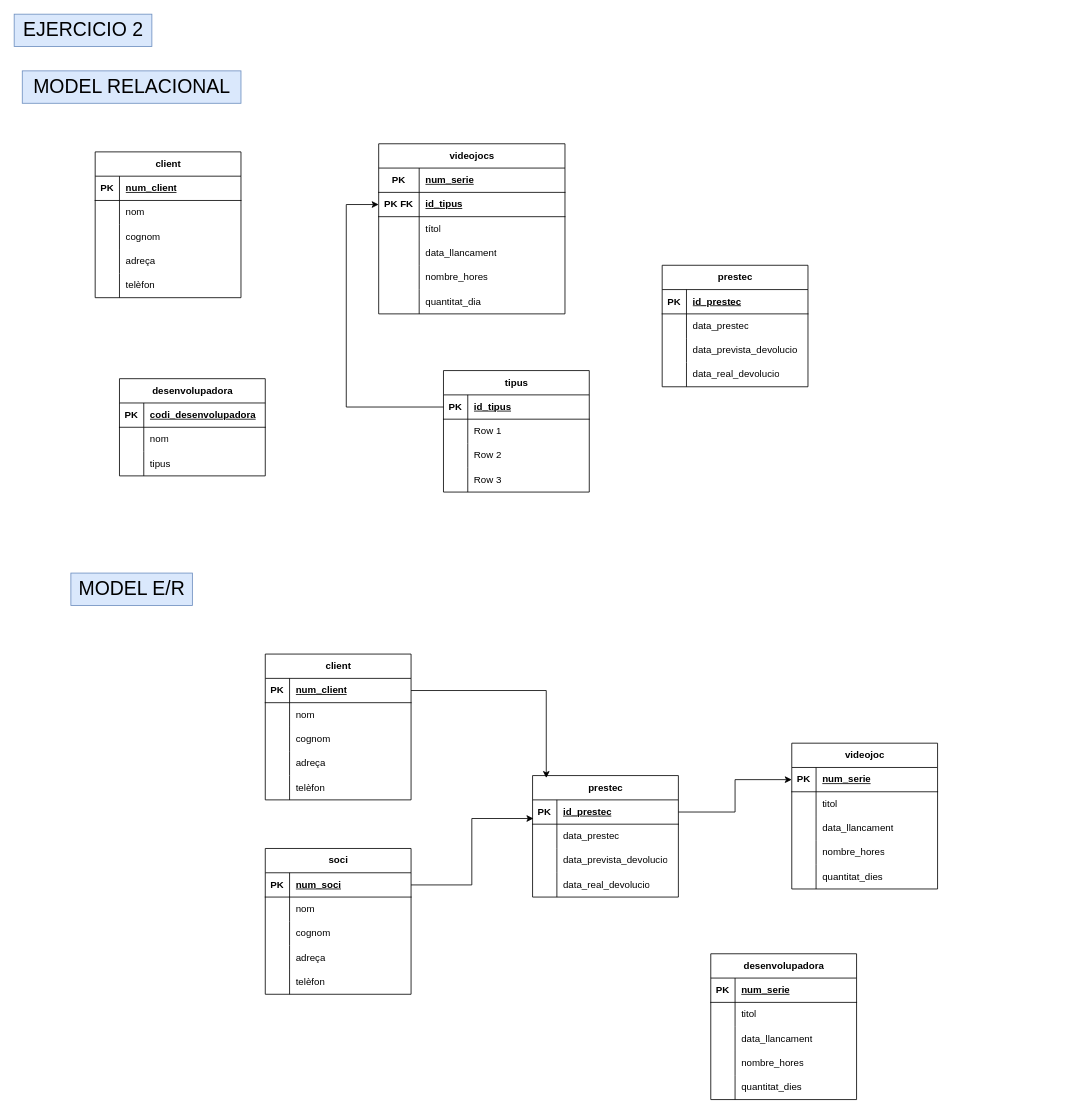
Above: M02_RA6_act2.drawio in victor06-git/base_de_dades (draw.io), before the change. Source tidied: cells renumbered, new cells numbered last; positions are measured from the earlier drawing's top-left corner, leaving out a move shared by most shapes. Both pictures are drawn from the tidied source at 81%, with x=0, y=0 at pixel (14, 14).
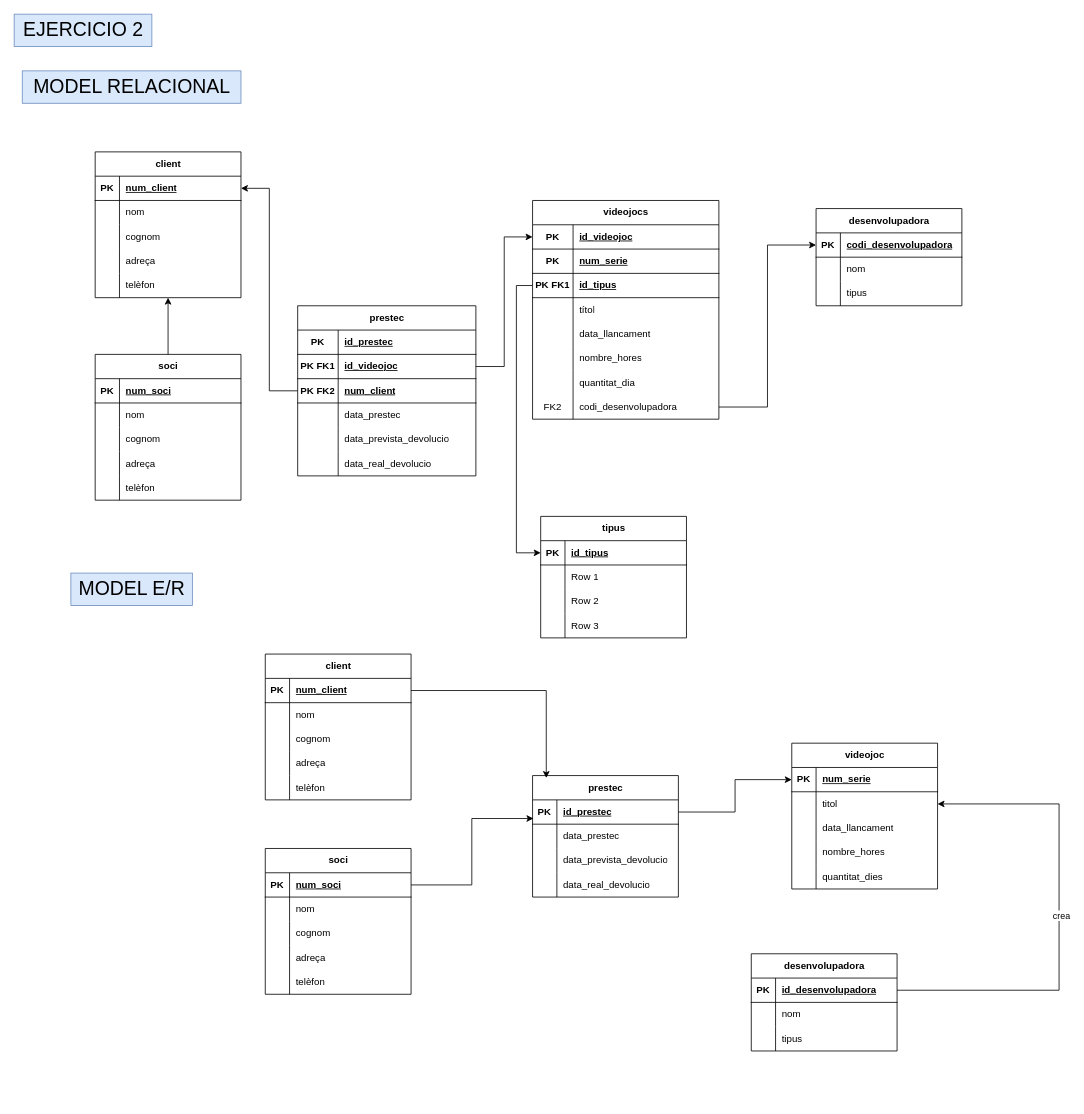
The same diagram, later.

The change refers to these unchanged cells:
```xml
<mxCell id="3" style="shape=tableRow;horizontal=0;startSize=0;swimlaneHead=0;swimlaneBody=0;fillColor=none;points=[[0,0.5],[1,0.5]];portConstraint=eastwest;top=0;left=0;right=0;bottom=1;" parent="2" vertex="1">
  <mxGeometry y="30" width="180" height="30" as="geometry" />
</mxCell>
<mxCell id="15" style="shape=tableRow;horizontal=0;startSize=0;swimlaneHead=0;swimlaneBody=0;fillColor=none;points=[[0,0.5],[1,0.5]];portConstraint=eastwest;top=0;left=0;right=0;bottom=0;" parent="2" vertex="1">
  <mxGeometry y="150" width="180" height="30" as="geometry" />
</mxCell>
<mxCell id="41" style="shape=tableRow;horizontal=0;startSize=0;swimlaneHead=0;swimlaneBody=0;fillColor=none;points=[[0,0.5],[1,0.5]];portConstraint=eastwest;top=0;left=0;right=0;bottom=1;" parent="40" vertex="1">
  <mxGeometry y="30" width="180" height="30" as="geometry" />
</mxCell>
<mxCell id="51" style="shape=tableRow;horizontal=0;startSize=0;swimlaneHead=0;swimlaneBody=0;fillColor=none;points=[[0,0.5],[1,0.5]];portConstraint=eastwest;top=0;left=0;right=0;bottom=1;" parent="50" vertex="1">
  <mxGeometry y="30" width="180" height="30" as="geometry" />
</mxCell>
<mxCell id="115" style="shape=tableRow;horizontal=0;startSize=0;swimlaneHead=0;swimlaneBody=0;fillColor=none;points=[[0,0.5],[1,0.5]];portConstraint=eastwest;top=0;left=0;right=0;bottom=0;" parent="111" vertex="1">
  <mxGeometry y="60" width="180" height="30" as="geometry" />
</mxCell>
<mxCell id="144" style="shape=tableRow;horizontal=0;startSize=0;swimlaneHead=0;swimlaneBody=0;fillColor=none;points=[[0,0.5],[1,0.5]];portConstraint=eastwest;top=0;left=0;right=0;bottom=1;" parent="143" vertex="1">
  <mxGeometry y="30" width="180" height="30" as="geometry" />
</mxCell>
<mxCell id="147" style="shape=tableRow;horizontal=0;startSize=0;swimlaneHead=0;swimlaneBody=0;fillColor=none;top=0;left=0;right=0;bottom=0;" parent="143" vertex="1">
  <mxGeometry y="60" width="180" height="30" as="geometry" />
</mxCell>
<mxCell id="150" style="shape=tableRow;horizontal=0;startSize=0;swimlaneHead=0;swimlaneBody=0;fillColor=none;top=0;left=0;right=0;bottom=0;" parent="143" vertex="1">
  <mxGeometry y="90" width="180" height="30" as="geometry" />
</mxCell>
```

The edit, as a diff of the source:
```diff
@@
     <mxCell id="21" value="videojocs" style="shape=table;startSize=30;childLayout=tableLayout;rowLines=0;fontStyle=1;align=center;html=1;" parent="1" vertex="1">
-      <mxGeometry x="450" y="160" width="230" height="210" as="geometry" />
+      <mxGeometry x="640" y="230" width="230" height="270" as="geometry" />
     </mxCell>
+    <mxCell id="159" style="shape=tableRow;horizontal=0;startSize=0;swimlaneHead=0;swimlaneBody=0;fillColor=none;points=[[0,0.5],[1,0.5]];portConstraint=eastwest;top=0;left=0;right=0;bottom=1;" parent="21" vertex="1">
+      <mxGeometry y="30" width="230" height="30" as="geometry" />
+    </mxCell>
+    <mxCell id="160" value="PK" style="shape=partialRectangle;fillColor=none;top=0;left=0;bottom=0;right=0;fontStyle=1;overflow=hidden;whiteSpace=wrap;html=1;" parent="159" vertex="1">
+      <mxGeometry width="50" height="30" as="geometry" />
+    </mxCell>
+    <mxCell id="161" value="id_videojoc" style="shape=partialRectangle;fillColor=none;top=0;left=0;bottom=0;right=0;align=left;spacingLeft=6;fontStyle=5;overflow=hidden;whiteSpace=wrap;html=1;" parent="159" vertex="1">
+      <mxGeometry x="50" width="180" height="30" as="geometry" />
+    </mxCell>
     <mxCell id="22" style="shape=tableRow;horizontal=0;startSize=0;swimlaneHead=0;swimlaneBody=0;fillColor=none;top=0;left=0;right=0;bottom=1;" parent="21" vertex="1">
-      <mxGeometry y="30" width="230" height="30" as="geometry" />
+      <mxGeometry y="60" width="230" height="30" as="geometry" />
     </mxCell>
@@
     <mxCell id="25" style="shape=tableRow;horizontal=0;startSize=0;swimlaneHead=0;swimlaneBody=0;fillColor=none;points=[[0,0.5],[1,0.5]];portConstraint=eastwest;top=0;left=0;right=0;bottom=1;" parent="21" vertex="1">
-      <mxGeometry y="60" width="230" height="30" as="geometry" />
+      <mxGeometry y="90" width="230" height="30" as="geometry" />
     </mxCell>
-    <mxCell id="26" value="PK FK" style="shape=partialRectangle;fillColor=none;top=0;left=0;bottom=0;right=0;fontStyle=1;overflow=hidden;whiteSpace=wrap;html=1;" parent="25" vertex="1">
+    <mxCell id="26" value="PK FK1" style="shape=partialRectangle;fillColor=none;top=0;left=0;bottom=0;right=0;fontStyle=1;overflow=hidden;whiteSpace=wrap;html=1;" parent="25" vertex="1">
       <mxGeometry width="50" height="30" as="geometry" />
     </mxCell>
@@
     <mxCell id="28" style="shape=tableRow;horizontal=0;startSize=0;swimlaneHead=0;swimlaneBody=0;fillColor=none;top=0;left=0;right=0;bottom=0;" parent="21" vertex="1">
-      <mxGeometry y="90" width="230" height="30" as="geometry" />
+      <mxGeometry y="120" width="230" height="30" as="geometry" />
     </mxCell>
@@
     <mxCell id="31" style="shape=tableRow;horizontal=0;startSize=0;swimlaneHead=0;swimlaneBody=0;fillColor=none;top=0;left=0;right=0;bottom=0;" parent="21" vertex="1">
-      <mxGeometry y="120" width="230" height="30" as="geometry" />
+      <mxGeometry y="150" width="230" height="30" as="geometry" />
     </mxCell>
@@
     <mxCell id="34" style="shape=tableRow;horizontal=0;startSize=0;swimlaneHead=0;swimlaneBody=0;fillColor=none;top=0;left=0;right=0;bottom=0;" parent="21" vertex="1">
-      <mxGeometry y="150" width="230" height="30" as="geometry" />
+      <mxGeometry y="180" width="230" height="30" as="geometry" />
     </mxCell>
@@
     <mxCell id="37" style="shape=tableRow;horizontal=0;startSize=0;swimlaneHead=0;swimlaneBody=0;fillColor=none;top=0;left=0;right=0;bottom=0;" parent="21" vertex="1">
-      <mxGeometry y="180" width="230" height="30" as="geometry" />
+      <mxGeometry y="210" width="230" height="30" as="geometry" />
     </mxCell>
@@
+    <mxCell id="162" style="shape=tableRow;horizontal=0;startSize=0;swimlaneHead=0;swimlaneBody=0;fillColor=none;points=[[0,0.5],[1,0.5]];portConstraint=eastwest;top=0;left=0;right=0;bottom=0;" parent="21" vertex="1">
+      <mxGeometry y="240" width="230" height="30" as="geometry" />
+    </mxCell>
+    <mxCell id="163" value="FK2" style="shape=partialRectangle;fillColor=none;top=0;left=0;bottom=0;right=0;overflow=hidden;whiteSpace=wrap;html=1;" parent="162" vertex="1">
+      <mxGeometry width="50" height="30" as="geometry" />
+    </mxCell>
+    <mxCell id="164" value="codi_desenvolupadora" style="shape=partialRectangle;fillColor=none;top=0;left=0;bottom=0;right=0;align=left;spacingLeft=6;overflow=hidden;whiteSpace=wrap;html=1;" parent="162" vertex="1">
+      <mxGeometry x="50" width="180" height="30" as="geometry" />
+    </mxCell>
     <mxCell id="40" value="desenvolupadora" style="shape=table;startSize=30;childLayout=tableLayout;rowLines=0;fontStyle=1;align=center;html=1;" parent="1" vertex="1">
-      <mxGeometry x="130" y="450" width="180" height="120" as="geometry" />
+      <mxGeometry x="990" y="240" width="180" height="120" as="geometry" />
     </mxCell>
@@
     <mxCell id="50" value="tipus" style="shape=table;startSize=30;childLayout=tableLayout;rowLines=0;fontStyle=1;align=center;html=1;" parent="1" vertex="1">
-      <mxGeometry x="530" y="440" width="180" height="150" as="geometry" />
+      <mxGeometry x="650" y="620" width="180" height="150" as="geometry" />
     </mxCell>
@@
     <mxCell id="63" value="prestec" style="shape=table;startSize=30;childLayout=tableLayout;rowLines=0;fontStyle=1;align=center;html=1;" parent="1" vertex="1">
-      <mxGeometry x="800" y="310" width="180" height="150" as="geometry" />
+      <mxGeometry x="350" y="360" width="220" height="210" as="geometry" />
     </mxCell>
     <mxCell id="64" style="shape=tableRow;horizontal=0;startSize=0;swimlaneHead=0;swimlaneBody=0;fillColor=none;top=0;left=0;right=0;bottom=1;" parent="63" vertex="1">
-      <mxGeometry y="30" width="180" height="30" as="geometry" />
+      <mxGeometry y="30" width="220" height="30" as="geometry" />
     </mxCell>
     <mxCell id="65" value="PK" style="shape=partialRectangle;fillColor=none;top=0;left=0;bottom=0;right=0;fontStyle=1;overflow=hidden;whiteSpace=wrap;html=1;" parent="64" vertex="1">
-      <mxGeometry width="30" height="30" as="geometry" />
+      <mxGeometry width="50" height="30" as="geometry" />
     </mxCell>
     <mxCell id="66" value="id_prestec" style="shape=partialRectangle;fillColor=none;top=0;left=0;bottom=0;right=0;align=left;spacingLeft=6;fontStyle=5;overflow=hidden;whiteSpace=wrap;html=1;" parent="64" vertex="1">
-      <mxGeometry x="30" width="150" height="30" as="geometry" />
+      <mxGeometry x="50" width="170" height="30" as="geometry" />
     </mxCell>
+    <mxCell id="165" style="shape=tableRow;horizontal=0;startSize=0;swimlaneHead=0;swimlaneBody=0;fillColor=none;points=[[0,0.5],[1,0.5]];portConstraint=eastwest;top=0;left=0;right=0;bottom=1;" parent="63" vertex="1">
+      <mxGeometry y="60" width="220" height="30" as="geometry" />
+    </mxCell>
+    <mxCell id="166" value="PK FK1" style="shape=partialRectangle;fillColor=none;top=0;left=0;bottom=0;right=0;fontStyle=1;overflow=hidden;whiteSpace=wrap;html=1;" parent="165" vertex="1">
+      <mxGeometry width="50" height="30" as="geometry" />
+    </mxCell>
+    <mxCell id="167" value="id_videojoc" style="shape=partialRectangle;fillColor=none;top=0;left=0;bottom=0;right=0;align=left;spacingLeft=6;fontStyle=5;overflow=hidden;whiteSpace=wrap;html=1;" parent="165" vertex="1">
+      <mxGeometry x="50" width="170" height="30" as="geometry" />
+    </mxCell>
+    <mxCell id="168" style="shape=tableRow;horizontal=0;startSize=0;swimlaneHead=0;swimlaneBody=0;fillColor=none;points=[[0,0.5],[1,0.5]];portConstraint=eastwest;top=0;left=0;right=0;bottom=1;" parent="63" vertex="1">
+      <mxGeometry y="90" width="220" height="30" as="geometry" />
+    </mxCell>
+    <mxCell id="169" value="PK FK2" style="shape=partialRectangle;fillColor=none;top=0;left=0;bottom=0;right=0;fontStyle=1;overflow=hidden;whiteSpace=wrap;html=1;" parent="168" vertex="1">
+      <mxGeometry width="50" height="30" as="geometry" />
+    </mxCell>
+    <mxCell id="170" value="num_client" style="shape=partialRectangle;fillColor=none;top=0;left=0;bottom=0;right=0;align=left;spacingLeft=6;fontStyle=5;overflow=hidden;whiteSpace=wrap;html=1;" parent="168" vertex="1">
+      <mxGeometry x="50" width="170" height="30" as="geometry" />
+    </mxCell>
     <mxCell id="67" style="shape=tableRow;horizontal=0;startSize=0;swimlaneHead=0;swimlaneBody=0;fillColor=none;top=0;left=0;right=0;bottom=0;" parent="63" vertex="1">
-      <mxGeometry y="60" width="180" height="30" as="geometry" />
+      <mxGeometry y="120" width="220" height="30" as="geometry" />
     </mxCell>
     <mxCell id="68" style="shape=partialRectangle;fillColor=none;top=0;left=0;bottom=0;right=0;overflow=hidden;whiteSpace=wrap;html=1;" parent="67" vertex="1">
-      <mxGeometry width="30" height="30" as="geometry" />
+      <mxGeometry width="50" height="30" as="geometry" />
     </mxCell>
     <mxCell id="69" value="data_prestec" style="shape=partialRectangle;fillColor=none;top=0;left=0;bottom=0;right=0;align=left;spacingLeft=6;overflow=hidden;whiteSpace=wrap;html=1;" parent="67" vertex="1">
-      <mxGeometry x="30" width="150" height="30" as="geometry" />
+      <mxGeometry x="50" width="170" height="30" as="geometry" />
     </mxCell>
     <mxCell id="70" style="shape=tableRow;horizontal=0;startSize=0;swimlaneHead=0;swimlaneBody=0;fillColor=none;top=0;left=0;right=0;bottom=0;" parent="63" vertex="1">
-      <mxGeometry y="90" width="180" height="30" as="geometry" />
+      <mxGeometry y="150" width="220" height="30" as="geometry" />
     </mxCell>
     <mxCell id="71" style="shape=partialRectangle;fillColor=none;top=0;left=0;bottom=0;right=0;overflow=hidden;whiteSpace=wrap;html=1;" parent="70" vertex="1">
-      <mxGeometry width="30" height="30" as="geometry" />
+      <mxGeometry width="50" height="30" as="geometry" />
     </mxCell>
     <mxCell id="72" value="data_prevista_devolucio" style="shape=partialRectangle;fillColor=none;top=0;left=0;bottom=0;right=0;align=left;spacingLeft=6;overflow=hidden;whiteSpace=wrap;html=1;" parent="70" vertex="1">
-      <mxGeometry x="30" width="150" height="30" as="geometry" />
+      <mxGeometry x="50" width="170" height="30" as="geometry" />
     </mxCell>
     <mxCell id="73" style="shape=tableRow;horizontal=0;startSize=0;swimlaneHead=0;swimlaneBody=0;fillColor=none;top=0;left=0;right=0;bottom=0;" parent="63" vertex="1">
-      <mxGeometry y="120" width="180" height="30" as="geometry" />
+      <mxGeometry y="180" width="220" height="30" as="geometry" />
     </mxCell>
     <mxCell id="74" style="shape=partialRectangle;fillColor=none;top=0;left=0;bottom=0;right=0;overflow=hidden;whiteSpace=wrap;html=1;" parent="73" vertex="1">
-      <mxGeometry width="30" height="30" as="geometry" />
+      <mxGeometry width="50" height="30" as="geometry" />
     </mxCell>
     <mxCell id="75" value="data_real_devolucio" style="shape=partialRectangle;fillColor=none;top=0;left=0;bottom=0;right=0;align=left;spacingLeft=6;overflow=hidden;whiteSpace=wrap;html=1;" parent="73" vertex="1">
-      <mxGeometry x="30" width="150" height="30" as="geometry" />
+      <mxGeometry x="50" width="170" height="30" as="geometry" />
     </mxCell>
@@
-    <mxCell id="77" style="edgeStyle=orthogonalEdgeStyle;rounded=0;jettySize=auto;html=1;exitX=0;exitY=0.5;exitDx=0;exitDy=0;entryX=0;entryY=0.5;entryDx=0;entryDy=0;" parent="1" edge="1" source="51" target="25">
-      <mxGeometry relative="1" as="geometry">
-        <Array as="points">
-          <mxPoint x="410" y="485" />
-          <mxPoint x="410" y="235" />
-        </Array>
-      </mxGeometry>
-    </mxCell>
@@
     <mxCell id="143" value="desenvolupadora" style="shape=table;startSize=30;childLayout=tableLayout;rowLines=0;fontStyle=1;align=center;html=1;" parent="1" vertex="1">
-      <mxGeometry x="860" y="1160" width="180" height="180" as="geometry" />
+      <mxGeometry x="910" y="1160" width="180" height="120" as="geometry" />
     </mxCell>
@@
-    <mxCell id="146" value="num_serie" style="shape=partialRectangle;fillColor=none;top=0;left=0;bottom=0;right=0;align=left;spacingLeft=6;fontStyle=5;overflow=hidden;whiteSpace=wrap;html=1;" parent="144" vertex="1">
+    <mxCell id="146" value="id_desenvolupadora" style="shape=partialRectangle;fillColor=none;top=0;left=0;bottom=0;right=0;align=left;spacingLeft=6;fontStyle=5;overflow=hidden;whiteSpace=wrap;html=1;" parent="144" vertex="1">
       <mxGeometry x="30" width="150" height="30" as="geometry" />
     </mxCell>
@@
-    <mxCell id="149" value="titol" style="shape=partialRectangle;fillColor=none;top=0;left=0;bottom=0;right=0;align=left;spacingLeft=6;overflow=hidden;whiteSpace=wrap;html=1;" parent="147" vertex="1">
+    <mxCell id="149" value="nom" style="shape=partialRectangle;fillColor=none;top=0;left=0;bottom=0;right=0;align=left;spacingLeft=6;overflow=hidden;whiteSpace=wrap;html=1;" parent="147" vertex="1">
       <mxGeometry x="30" width="150" height="30" as="geometry" />
     </mxCell>
@@
-    <mxCell id="152" value="data_llancament" style="shape=partialRectangle;fillColor=none;top=0;left=0;bottom=0;right=0;align=left;spacingLeft=6;overflow=hidden;whiteSpace=wrap;html=1;" parent="150" vertex="1">
+    <mxCell id="152" value="tipus" style="shape=partialRectangle;fillColor=none;top=0;left=0;bottom=0;right=0;align=left;spacingLeft=6;overflow=hidden;whiteSpace=wrap;html=1;" parent="150" vertex="1">
       <mxGeometry x="30" width="150" height="30" as="geometry" />
     </mxCell>
+    <mxCell id="171" style="edgeStyle=orthogonalEdgeStyle;rounded=0;jettySize=auto;html=1;exitX=1;exitY=0.5;exitDx=0;exitDy=0;entryX=1;entryY=0.5;entryDx=0;entryDy=0;" parent="1" edge="1" source="144" target="115">
+      <mxGeometry relative="1" as="geometry">
+        <Array as="points">
+          <mxPoint x="1290" y="1205" />
+          <mxPoint x="1290" y="975" />
+        </Array>
+      </mxGeometry>
+    </mxCell>
+    <mxCell id="172" value="crea" style="edgeLabel;html=1;align=center;verticalAlign=middle;" parent="171" vertex="1">
+      <mxGeometry x="0.01" y="-2" relative="1" as="geometry" />
+    </mxCell>
+    <mxCell id="173" value="soci" style="shape=table;startSize=30;childLayout=tableLayout;rowLines=0;fontStyle=1;align=center;html=1;" parent="1" vertex="1">
+      <mxGeometry x="100" y="420" width="180" height="180" as="geometry" />
+    </mxCell>
+    <mxCell id="174" style="shape=tableRow;horizontal=0;startSize=0;swimlaneHead=0;swimlaneBody=0;fillColor=none;top=0;left=0;right=0;bottom=1;" parent="173" vertex="1">
+      <mxGeometry y="30" width="180" height="30" as="geometry" />
+    </mxCell>
+    <mxCell id="175" value="PK" style="shape=partialRectangle;fillColor=none;top=0;left=0;bottom=0;right=0;fontStyle=1;overflow=hidden;whiteSpace=wrap;html=1;" parent="174" vertex="1">
+      <mxGeometry width="30" height="30" as="geometry" />
+    </mxCell>
+    <mxCell id="176" value="num_soci" style="shape=partialRectangle;fillColor=none;top=0;left=0;bottom=0;right=0;align=left;spacingLeft=6;fontStyle=5;overflow=hidden;whiteSpace=wrap;html=1;" parent="174" vertex="1">
+      <mxGeometry x="30" width="150" height="30" as="geometry" />
+    </mxCell>
+    <mxCell id="177" style="shape=tableRow;horizontal=0;startSize=0;swimlaneHead=0;swimlaneBody=0;fillColor=none;top=0;left=0;right=0;bottom=0;" parent="173" vertex="1">
+      <mxGeometry y="60" width="180" height="30" as="geometry" />
+    </mxCell>
+    <mxCell id="178" style="shape=partialRectangle;fillColor=none;top=0;left=0;bottom=0;right=0;overflow=hidden;whiteSpace=wrap;html=1;" parent="177" vertex="1">
+      <mxGeometry width="30" height="30" as="geometry" />
+    </mxCell>
+    <mxCell id="179" value="nom" style="shape=partialRectangle;fillColor=none;top=0;left=0;bottom=0;right=0;align=left;spacingLeft=6;overflow=hidden;whiteSpace=wrap;html=1;" parent="177" vertex="1">
+      <mxGeometry x="30" width="150" height="30" as="geometry" />
+    </mxCell>
+    <mxCell id="180" style="shape=tableRow;horizontal=0;startSize=0;swimlaneHead=0;swimlaneBody=0;fillColor=none;top=0;left=0;right=0;bottom=0;" parent="173" vertex="1">
+      <mxGeometry y="90" width="180" height="30" as="geometry" />
+    </mxCell>
+    <mxCell id="181" style="shape=partialRectangle;fillColor=none;top=0;left=0;bottom=0;right=0;overflow=hidden;whiteSpace=wrap;html=1;" parent="180" vertex="1">
+      <mxGeometry width="30" height="30" as="geometry" />
+    </mxCell>
+    <mxCell id="182" value="cognom" style="shape=partialRectangle;fillColor=none;top=0;left=0;bottom=0;right=0;align=left;spacingLeft=6;overflow=hidden;whiteSpace=wrap;html=1;" parent="180" vertex="1">
+      <mxGeometry x="30" width="150" height="30" as="geometry" />
+    </mxCell>
-    <mxCell id="153" style="shape=tableRow;horizontal=0;startSize=0;swimlaneHead=0;swimlaneBody=0;fillColor=none;top=0;left=0;right=0;bottom=0;" parent="143" vertex="1">
+    <mxCell id="153" style="shape=tableRow;horizontal=0;startSize=0;swimlaneHead=0;swimlaneBody=0;fillColor=none;top=0;left=0;right=0;bottom=0;" parent="173" vertex="1">
       <mxGeometry y="120" width="180" height="30" as="geometry" />
     </mxCell>
-    <mxCell id="154" style="shape=partialRectangle;fillColor=none;top=0;left=0;bottom=0;right=0;overflow=hidden;whiteSpace=wrap;html=1;" parent="153" vertex="1">
-      <mxGeometry width="30" height="30" as="geometry" />
-    </mxCell>
-    <mxCell id="155" value="nombre_hores" style="shape=partialRectangle;fillColor=none;top=0;left=0;bottom=0;right=0;align=left;spacingLeft=6;overflow=hidden;whiteSpace=wrap;html=1;" parent="153" vertex="1">
-      <mxGeometry x="30" width="150" height="30" as="geometry" />
-    </mxCell>
+    <mxCell id="183" style="shape=partialRectangle;fillColor=none;top=0;left=0;bottom=0;right=0;overflow=hidden;whiteSpace=wrap;html=1;" parent="153" vertex="1">
+      <mxGeometry width="30" height="30" as="geometry" />
+    </mxCell>
+    <mxCell id="184" value="adreça" style="shape=partialRectangle;fillColor=none;top=0;left=0;bottom=0;right=0;align=left;spacingLeft=6;overflow=hidden;whiteSpace=wrap;html=1;" parent="153" vertex="1">
+      <mxGeometry x="30" width="150" height="30" as="geometry" />
+    </mxCell>
-    <mxCell id="156" style="shape=tableRow;horizontal=0;startSize=0;swimlaneHead=0;swimlaneBody=0;fillColor=none;top=0;left=0;right=0;bottom=0;" parent="143" vertex="1">
+    <mxCell id="156" style="shape=tableRow;horizontal=0;startSize=0;swimlaneHead=0;swimlaneBody=0;fillColor=none;top=0;left=0;right=0;bottom=0;" parent="173" vertex="1">
       <mxGeometry y="150" width="180" height="30" as="geometry" />
     </mxCell>
-    <mxCell id="157" style="shape=partialRectangle;fillColor=none;top=0;left=0;bottom=0;right=0;overflow=hidden;whiteSpace=wrap;html=1;" parent="156" vertex="1">
-      <mxGeometry width="30" height="30" as="geometry" />
-    </mxCell>
-    <mxCell id="158" value="quantitat_dies" style="shape=partialRectangle;fillColor=none;top=0;left=0;bottom=0;right=0;align=left;spacingLeft=6;overflow=hidden;whiteSpace=wrap;html=1;" parent="156" vertex="1">
-      <mxGeometry x="30" width="150" height="30" as="geometry" />
-    </mxCell>
+    <mxCell id="185" style="shape=partialRectangle;fillColor=none;top=0;left=0;bottom=0;right=0;overflow=hidden;whiteSpace=wrap;html=1;" parent="156" vertex="1">
+      <mxGeometry width="30" height="30" as="geometry" />
+    </mxCell>
+    <mxCell id="186" value="telèfon" style="shape=partialRectangle;fillColor=none;top=0;left=0;bottom=0;right=0;align=left;spacingLeft=6;overflow=hidden;whiteSpace=wrap;html=1;" parent="156" vertex="1">
+      <mxGeometry x="30" width="150" height="30" as="geometry" />
+    </mxCell>
+    <mxCell id="187" style="edgeStyle=orthogonalEdgeStyle;rounded=0;jettySize=auto;html=1;exitX=0.5;exitY=0;exitDx=0;exitDy=0;entryX=0.5;entryY=1;entryDx=0;entryDy=0;entryPerimeter=0;" parent="1" edge="1" source="173" target="15">
+      <mxGeometry relative="1" as="geometry" />
+    </mxCell>
+    <mxCell id="188" style="edgeStyle=orthogonalEdgeStyle;rounded=0;jettySize=auto;html=1;exitX=1;exitY=0.5;exitDx=0;exitDy=0;entryX=0;entryY=0.5;entryDx=0;entryDy=0;" parent="1" edge="1" source="165" target="159">
+      <mxGeometry relative="1" as="geometry" />
+    </mxCell>
+    <mxCell id="189" style="edgeStyle=orthogonalEdgeStyle;rounded=0;jettySize=auto;html=1;exitX=0;exitY=0.5;exitDx=0;exitDy=0;entryX=1;entryY=0.5;entryDx=0;entryDy=0;" parent="1" edge="1" source="168" target="3">
+      <mxGeometry relative="1" as="geometry" />
+    </mxCell>
+    <mxCell id="190" style="edgeStyle=orthogonalEdgeStyle;rounded=0;jettySize=auto;html=1;exitX=1;exitY=0.5;exitDx=0;exitDy=0;entryX=0;entryY=0.5;entryDx=0;entryDy=0;" parent="1" edge="1" source="162" target="41">
+      <mxGeometry relative="1" as="geometry" />
+    </mxCell>
+    <mxCell id="191" style="edgeStyle=orthogonalEdgeStyle;rounded=0;jettySize=auto;html=1;exitX=0;exitY=0.5;exitDx=0;exitDy=0;entryX=0;entryY=0.5;entryDx=0;entryDy=0;" parent="1" edge="1" source="25" target="51">
+      <mxGeometry relative="1" as="geometry" />
+    </mxCell>
```
